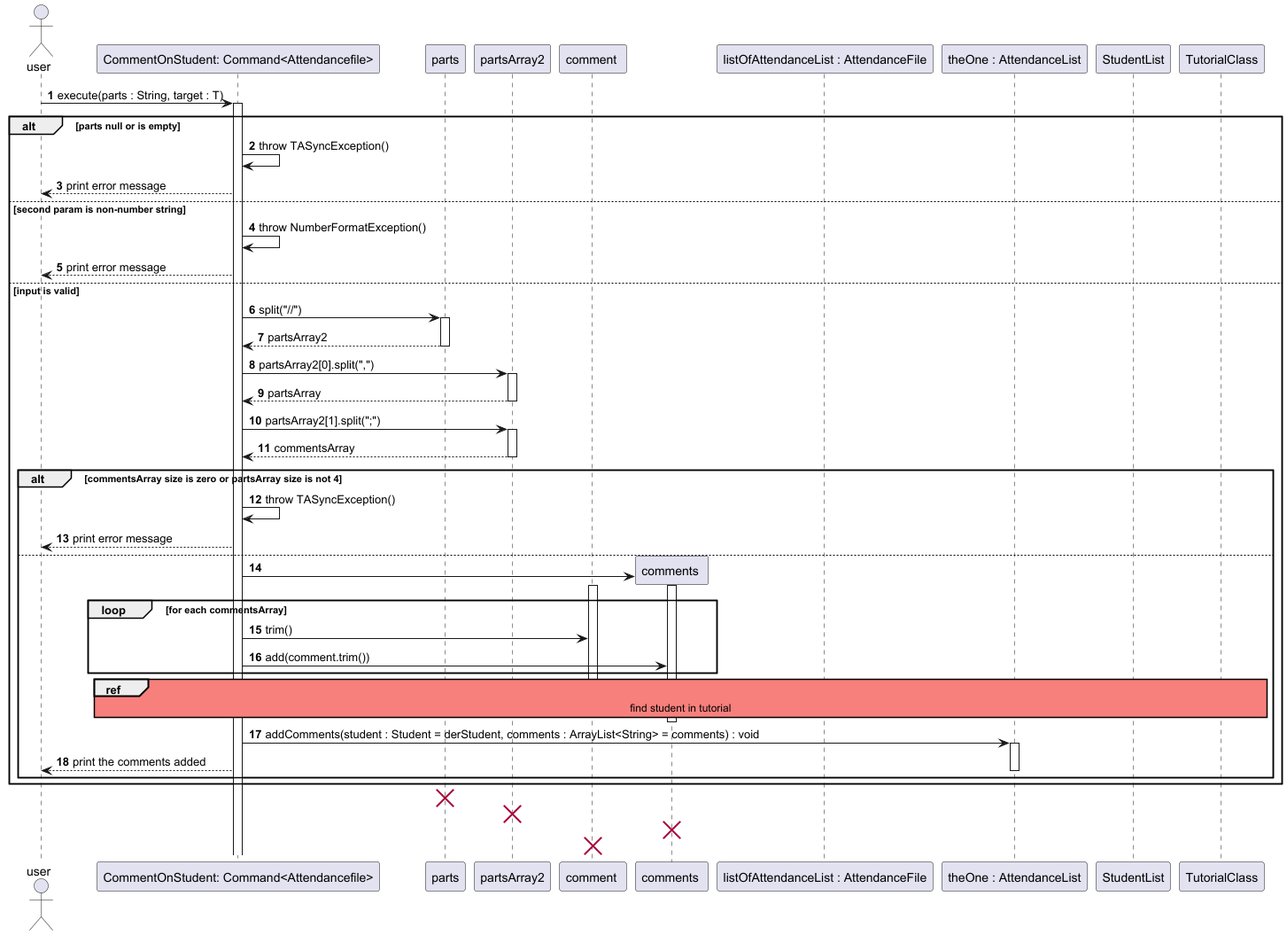
The PlantUML diagram docs/diagrams/attendancelistcommands/CommentOnStudentCommandSequenceDiagram.png in wongyihao02/tp, before a commit.
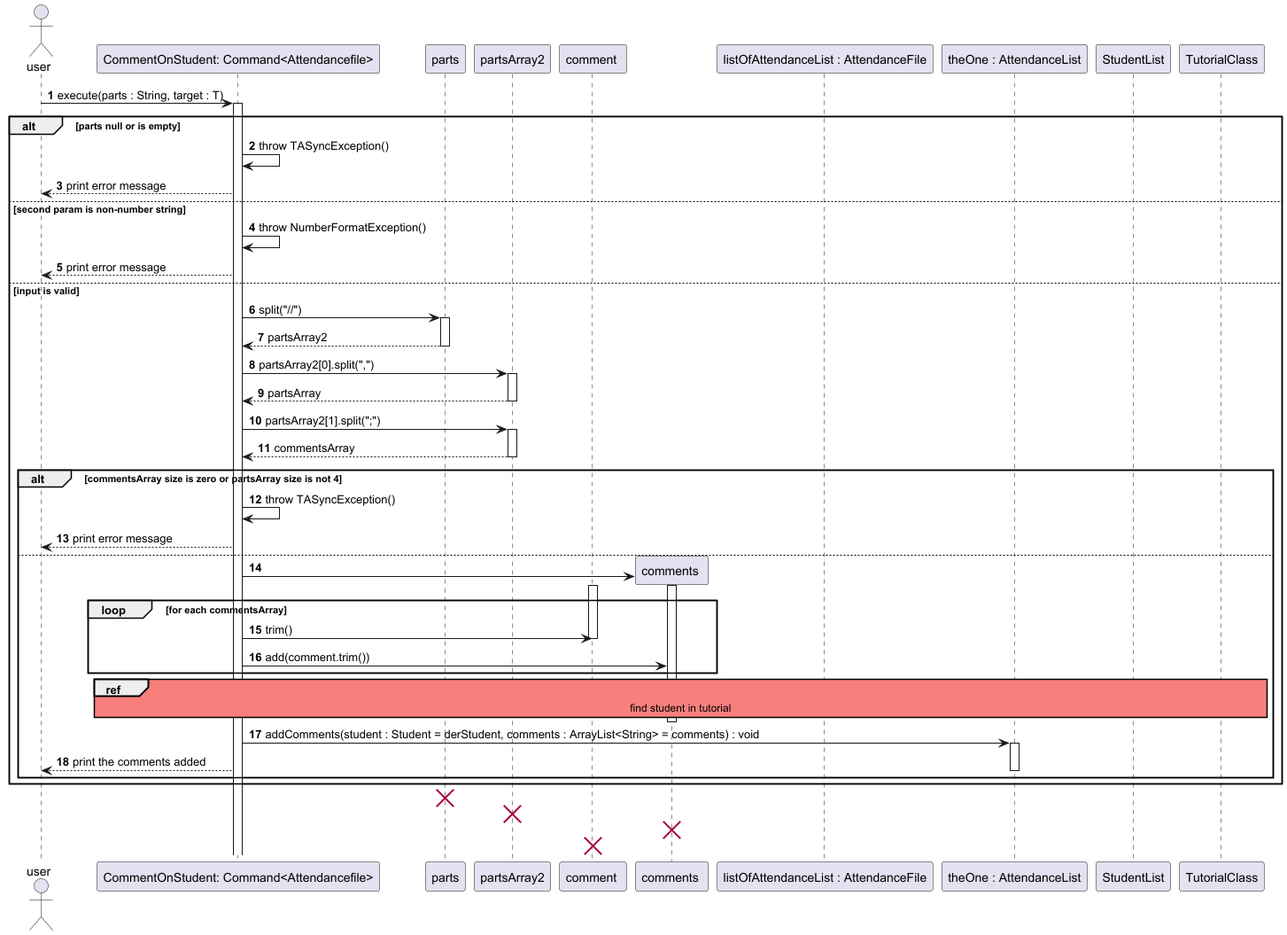
Above is the later version.

What changed in the source:
```diff
@@ -47,10 +47,12 @@
     loop for each commentsArray
     activate comment
     command -> comment : trim()
+    deactivate comment
     command -> comments : add(comment.trim())
 
+
     end loop
-    deactivate comment
+
 
 ref over command, listOfAttendanceList, theOne, tutorialClass, studentList
 find student in tutorial
```
